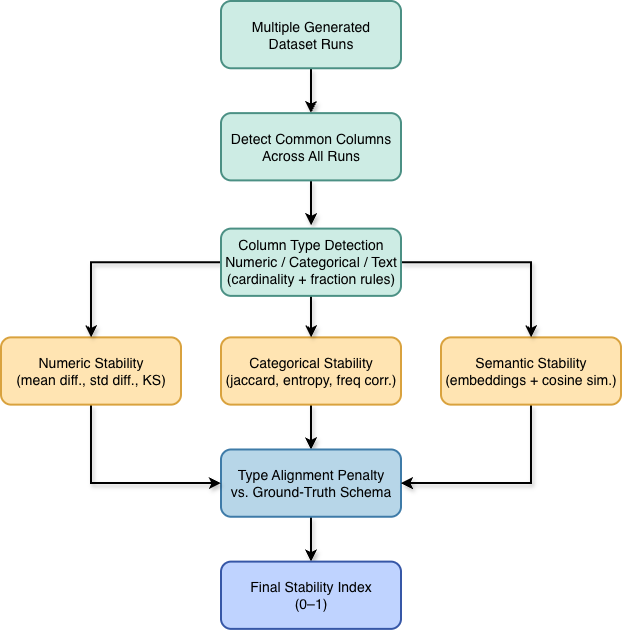
Before: figures/flowchart_stability.png, a diagram exported from draw.io (veronhoxha/master_thesis). Source tidied: cells renumbered, new cells last; positions are measured from the earlier drawing's top-left corner, leaving out a move shared by most shapes.
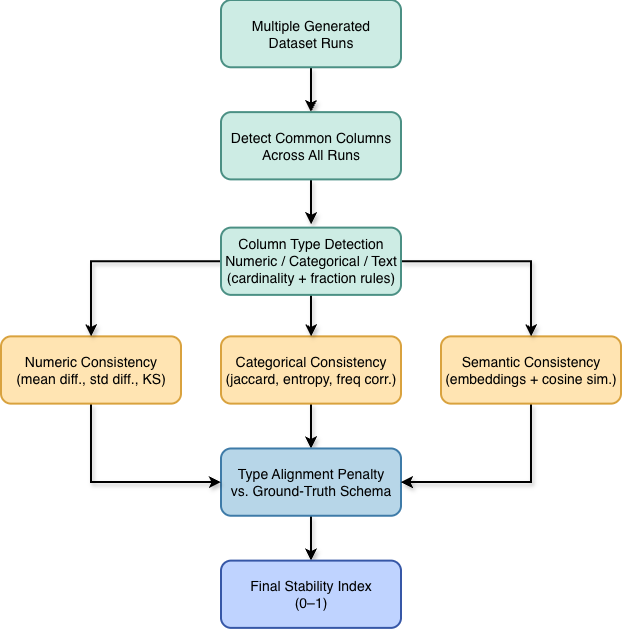
After the change.

What changed in the source:
```diff
@@ -22,7 +22,7 @@
     <mxCell id="7" style="edgeStyle=orthogonalEdgeStyle;rounded=0;jettySize=auto;html=1;exitX=0.5;exitY=1;exitDx=0;exitDy=0;entryX=0.5;entryY=0;entryDx=0;entryDy=0;strokeWidth=2;shadow=1;" parent="2" edge="1" source="8" target="10">
       <mxGeometry relative="1" as="geometry" />
     </mxCell>
-    <mxCell id="8" value="&lt;div&gt;Categorical Stability&lt;/div&gt;&lt;div&gt;(jaccard, entropy, freq corr.)&lt;/div&gt;" style="rounded=1;whiteSpace=wrap;html=1;strokeWidth=2;fillColor=#FFE4B2;strokeColor=#D9A23E;fontSize=14;" parent="2" vertex="1">
+    <mxCell id="8" value="&lt;div&gt;Categorical Consistency&lt;/div&gt;&lt;div&gt;(jaccard, entropy, freq corr.)&lt;/div&gt;" style="rounded=1;whiteSpace=wrap;html=1;strokeWidth=2;fillColor=#FFE4B2;strokeColor=#D9A23E;fontSize=14;" parent="2" vertex="1">
       <mxGeometry x="220" y="336.4" width="180" height="67.3" as="geometry" />
     </mxCell>
     <mxCell id="9" style="edgeStyle=orthogonalEdgeStyle;rounded=0;jettySize=auto;html=1;exitX=0.5;exitY=1;exitDx=0;exitDy=0;entryX=0.5;entryY=0;entryDx=0;entryDy=0;strokeWidth=2;shadow=1;" parent="2" edge="1" source="10">
@@ -36,13 +36,13 @@
     <mxCell id="11" style="edgeStyle=orthogonalEdgeStyle;rounded=0;jettySize=auto;html=1;exitX=0.5;exitY=1;exitDx=0;exitDy=0;entryX=0;entryY=0.5;entryDx=0;entryDy=0;strokeWidth=2;shadow=1;" parent="2" edge="1" source="12" target="10">
       <mxGeometry relative="1" as="geometry" />
     </mxCell>
-    <mxCell id="12" value="&lt;div&gt;Numeric Stability&lt;/div&gt;&lt;div&gt;(mean diff., std diff., KS)&lt;/div&gt;" style="rounded=1;whiteSpace=wrap;html=1;strokeWidth=2;fillColor=#FFE4B2;strokeColor=#D9A23E;fontSize=14;" parent="2" vertex="1">
+    <mxCell id="12" value="&lt;div&gt;Numeric Consistency&lt;/div&gt;&lt;div&gt;(mean diff., std diff., KS)&lt;/div&gt;" style="rounded=1;whiteSpace=wrap;html=1;strokeWidth=2;fillColor=#FFE4B2;strokeColor=#D9A23E;fontSize=14;" parent="2" vertex="1">
       <mxGeometry y="336.4" width="180" height="67.3" as="geometry" />
     </mxCell>
     <mxCell id="13" style="edgeStyle=orthogonalEdgeStyle;rounded=0;jettySize=auto;html=1;exitX=0.5;exitY=1;exitDx=0;exitDy=0;entryX=1;entryY=0.5;entryDx=0;entryDy=0;strokeWidth=2;shadow=1;" parent="2" edge="1" source="14" target="10">
       <mxGeometry relative="1" as="geometry" />
     </mxCell>
-    <mxCell id="14" value="&lt;div&gt;Semantic Stability&lt;/div&gt;&lt;div&gt;(embeddings + cosine sim.)&lt;/div&gt;" style="rounded=1;whiteSpace=wrap;html=1;strokeWidth=2;fillColor=#FFE4B2;strokeColor=#D9A23E;fontSize=14;" parent="2" vertex="1">
+    <mxCell id="14" value="&lt;div&gt;Semantic Consistency&lt;/div&gt;&lt;div&gt;(embeddings + cosine sim.)&lt;/div&gt;" style="rounded=1;whiteSpace=wrap;html=1;strokeWidth=2;fillColor=#FFE4B2;strokeColor=#D9A23E;fontSize=14;" parent="2" vertex="1">
       <mxGeometry x="440" y="336.4" width="180" height="67.3" as="geometry" />
     </mxCell>
     <mxCell id="15" style="edgeStyle=orthogonalEdgeStyle;rounded=0;jettySize=auto;html=1;exitX=0.5;exitY=1;exitDx=0;exitDy=0;entryX=0.5;entryY=0;entryDx=0;entryDy=0;strokeWidth=2;shadow=1;" parent="2" edge="1" source="18" target="8">
```
